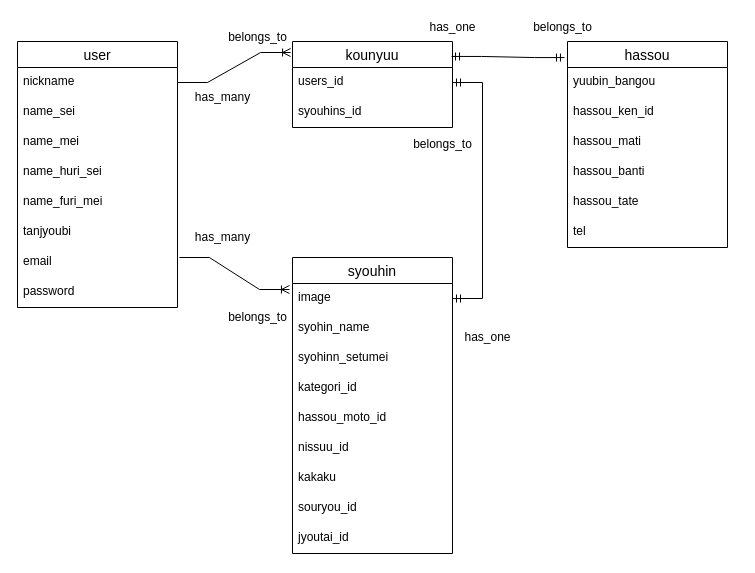
Before: DB-ER.dio in nao-ogawara0445/furima-34540, a draw.io diagram. Source tidied: cells renumbered, new cells numbered last; positions are measured from the earlier drawing's top-left corner, leaving out a move shared by most shapes. Both pictures are drawn from the tidied source at 100%, with x=0, y=0 at pixel (17, 17).
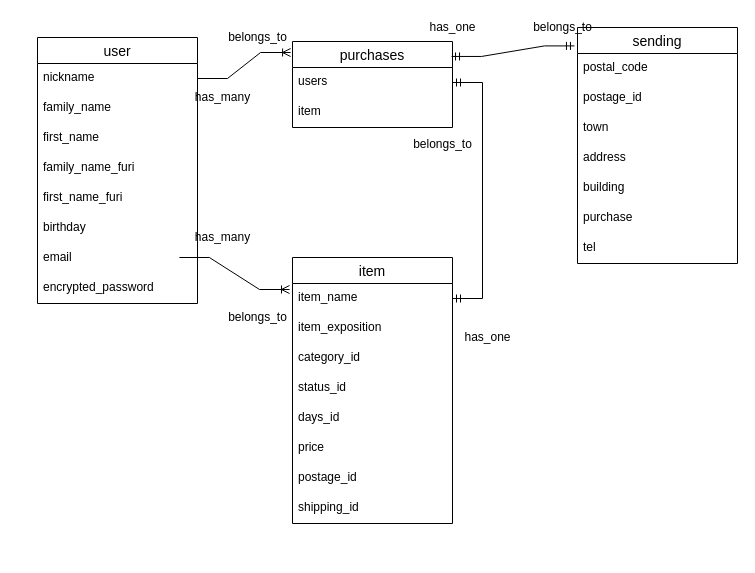
The same page after the edit.

The edit, as a diff of the source:
```diff
@@
     <mxCell id="2" value="user" style="swimlane;fontStyle=0;horizontal=1;startSize=26;align=center;fontSize=14;" parent="1" vertex="1">
-      <mxGeometry y="24" width="160" height="266" as="geometry" />
+      <mxGeometry x="20" y="20" width="160" height="266" as="geometry" />
     </mxCell>
@@
-    <mxCell id="4" value="name_sei" style="text;strokeColor=none;fillColor=none;spacingLeft=4;spacingRight=4;overflow=hidden;fontSize=12;" parent="2" vertex="1">
+    <mxCell id="4" value="family_name" style="text;strokeColor=none;fillColor=none;spacingLeft=4;spacingRight=4;overflow=hidden;fontSize=12;" parent="2" vertex="1">
       <mxGeometry y="56" width="160" height="30" as="geometry" />
     </mxCell>
-    <mxCell id="5" value="name_mei" style="text;strokeColor=none;fillColor=none;spacingLeft=4;spacingRight=4;overflow=hidden;fontSize=12;" parent="2" vertex="1">
+    <mxCell id="5" value="first_name " style="text;strokeColor=none;fillColor=none;spacingLeft=4;spacingRight=4;overflow=hidden;fontSize=12;" parent="2" vertex="1">
       <mxGeometry y="86" width="160" height="30" as="geometry" />
     </mxCell>
-    <mxCell id="6" value="name_huri_sei" style="text;strokeColor=none;fillColor=none;spacingLeft=4;spacingRight=4;overflow=hidden;fontSize=12;" parent="2" vertex="1">
+    <mxCell id="6" value="family_name_furi" style="text;strokeColor=none;fillColor=none;spacingLeft=4;spacingRight=4;overflow=hidden;fontSize=12;" parent="2" vertex="1">
       <mxGeometry y="116" width="160" height="30" as="geometry" />
     </mxCell>
-    <mxCell id="7" value="name_furi_mei" style="text;strokeColor=none;fillColor=none;spacingLeft=4;spacingRight=4;overflow=hidden;fontSize=12;" parent="2" vertex="1">
+    <mxCell id="7" value="first_name_furi " style="text;strokeColor=none;fillColor=none;spacingLeft=4;spacingRight=4;overflow=hidden;fontSize=12;" parent="2" vertex="1">
       <mxGeometry y="146" width="160" height="30" as="geometry" />
     </mxCell>
-    <mxCell id="8" value="tanjyoubi" style="text;strokeColor=none;fillColor=none;spacingLeft=4;spacingRight=4;overflow=hidden;fontSize=12;" parent="2" vertex="1">
+    <mxCell id="8" value="birthday" style="text;strokeColor=none;fillColor=none;spacingLeft=4;spacingRight=4;overflow=hidden;fontSize=12;" parent="2" vertex="1">
       <mxGeometry y="176" width="160" height="30" as="geometry" />
     </mxCell>
@@
-    <mxCell id="10" value="password" style="text;strokeColor=none;fillColor=none;spacingLeft=4;spacingRight=4;overflow=hidden;fontSize=12;" parent="2" vertex="1">
+    <mxCell id="10" value="encrypted_password " style="text;strokeColor=none;fillColor=none;spacingLeft=4;spacingRight=4;overflow=hidden;fontSize=12;" parent="2" vertex="1">
       <mxGeometry y="236" width="160" height="30" as="geometry" />
     </mxCell>
-    <mxCell id="11" value="syouhin" style="swimlane;fontStyle=0;horizontal=1;startSize=26;align=center;fontSize=14;" parent="1" vertex="1">
-      <mxGeometry x="275" y="240" width="160" height="296" as="geometry" />
+    <mxCell id="11" value="item" style="swimlane;fontStyle=0;horizontal=1;startSize=26;align=center;fontSize=14;" parent="1" vertex="1">
+      <mxGeometry x="275" y="240" width="160" height="266" as="geometry" />
     </mxCell>
-    <mxCell id="12" value="image" style="text;strokeColor=none;fillColor=none;spacingLeft=4;spacingRight=4;overflow=hidden;points=[[0,0.5],[1,0.5]];portConstraint=eastwest;fontSize=12;" parent="11" vertex="1">
-      <mxGeometry y="26" width="160" height="30" as="geometry" />
-    </mxCell>
-    <mxCell id="13" value="syohin_name" style="text;strokeColor=none;fillColor=none;spacingLeft=4;spacingRight=4;overflow=hidden;fontSize=12;" parent="11" vertex="1">
-      <mxGeometry y="56" width="160" height="30" as="geometry" />
+    <mxCell id="13" value="item_name" style="text;strokeColor=none;fillColor=none;spacingLeft=4;spacingRight=4;overflow=hidden;fontSize=12;" parent="11" vertex="1">
+      <mxGeometry y="26" width="160" height="30" as="geometry" />
     </mxCell>
-    <mxCell id="14" value="syohinn_setumei" style="text;strokeColor=none;fillColor=none;spacingLeft=4;spacingRight=4;overflow=hidden;fontSize=12;" parent="11" vertex="1">
-      <mxGeometry y="86" width="160" height="30" as="geometry" />
+    <mxCell id="14" value="item_exposition" style="text;strokeColor=none;fillColor=none;spacingLeft=4;spacingRight=4;overflow=hidden;fontSize=12;" parent="11" vertex="1">
+      <mxGeometry y="56" width="160" height="30" as="geometry" />
     </mxCell>
-    <mxCell id="15" value="kategori_id" style="text;strokeColor=none;fillColor=none;spacingLeft=4;spacingRight=4;overflow=hidden;fontSize=12;" parent="11" vertex="1">
-      <mxGeometry y="116" width="160" height="30" as="geometry" />
+    <mxCell id="15" value="category_id" style="text;strokeColor=none;fillColor=none;spacingLeft=4;spacingRight=4;overflow=hidden;fontSize=12;" parent="11" vertex="1">
+      <mxGeometry y="86" width="160" height="30" as="geometry" />
     </mxCell>
-    <mxCell id="16" value="hassou_moto_id" style="text;strokeColor=none;fillColor=none;spacingLeft=4;spacingRight=4;overflow=hidden;fontSize=12;fontStyle=0;" parent="11" vertex="1">
-      <mxGeometry y="146" width="160" height="30" as="geometry" />
+    <mxCell id="16" value="status_id" style="text;strokeColor=none;fillColor=none;spacingLeft=4;spacingRight=4;overflow=hidden;fontSize=12;fontStyle=0;" parent="11" vertex="1">
+      <mxGeometry y="116" width="160" height="30" as="geometry" />
     </mxCell>
-    <mxCell id="17" value="nissuu_id" style="text;strokeColor=none;fillColor=none;spacingLeft=4;spacingRight=4;overflow=hidden;fontSize=12;" parent="11" vertex="1">
-      <mxGeometry y="176" width="160" height="30" as="geometry" />
+    <mxCell id="17" value="days_id" style="text;strokeColor=none;fillColor=none;spacingLeft=4;spacingRight=4;overflow=hidden;fontSize=12;" parent="11" vertex="1">
+      <mxGeometry y="146" width="160" height="30" as="geometry" />
     </mxCell>
-    <mxCell id="18" value="kakaku" style="text;strokeColor=none;fillColor=none;spacingLeft=4;spacingRight=4;overflow=hidden;fontSize=12;" parent="11" vertex="1">
-      <mxGeometry y="206" width="160" height="30" as="geometry" />
+    <mxCell id="18" value="price" style="text;strokeColor=none;fillColor=none;spacingLeft=4;spacingRight=4;overflow=hidden;fontSize=12;" parent="11" vertex="1">
+      <mxGeometry y="176" width="160" height="30" as="geometry" />
     </mxCell>
-    <mxCell id="19" value="souryou_id" style="text;strokeColor=none;fillColor=none;spacingLeft=4;spacingRight=4;overflow=hidden;fontSize=12;" parent="11" vertex="1">
-      <mxGeometry y="236" width="160" height="30" as="geometry" />
+    <mxCell id="19" value="postage_id" style="text;strokeColor=none;fillColor=none;spacingLeft=4;spacingRight=4;overflow=hidden;fontSize=12;" parent="11" vertex="1">
+      <mxGeometry y="206" width="160" height="30" as="geometry" />
     </mxCell>
-    <mxCell id="20" value="jyoutai_id" style="text;strokeColor=none;fillColor=none;spacingLeft=4;spacingRight=4;overflow=hidden;fontSize=12;" parent="11" vertex="1">
-      <mxGeometry y="266" width="160" height="30" as="geometry" />
+    <mxCell id="20" value="shipping_id " style="text;strokeColor=none;fillColor=none;spacingLeft=4;spacingRight=4;overflow=hidden;fontSize=12;" parent="11" vertex="1">
+      <mxGeometry y="236" width="160" height="30" as="geometry" />
     </mxCell>
-    <mxCell id="21" value="kounyuu" style="swimlane;fontStyle=0;horizontal=1;startSize=26;align=center;fontSize=14;" parent="1" vertex="1">
+    <mxCell id="21" value="purchases" style="swimlane;fontStyle=0;horizontal=1;startSize=26;align=center;fontSize=14;" parent="1" vertex="1">
       <mxGeometry x="275" y="24" width="160" height="86" as="geometry" />
     </mxCell>
-    <mxCell id="22" value="users_id" style="text;strokeColor=none;fillColor=none;spacingLeft=4;spacingRight=4;overflow=hidden;points=[[0,0.5],[1,0.5]];portConstraint=eastwest;fontSize=12;" parent="21" vertex="1">
+    <mxCell id="22" value="users" style="text;strokeColor=none;fillColor=none;spacingLeft=4;spacingRight=4;overflow=hidden;points=[[0,0.5],[1,0.5]];portConstraint=eastwest;fontSize=12;" parent="21" vertex="1">
       <mxGeometry y="26" width="160" height="30" as="geometry" />
     </mxCell>
-    <mxCell id="23" value="syouhins_id" style="text;strokeColor=none;fillColor=none;spacingLeft=4;spacingRight=4;overflow=hidden;fontSize=12;" parent="21" vertex="1">
+    <mxCell id="23" value="item" style="text;strokeColor=none;fillColor=none;spacingLeft=4;spacingRight=4;overflow=hidden;fontSize=12;" parent="21" vertex="1">
       <mxGeometry y="56" width="160" height="30" as="geometry" />
     </mxCell>
-    <mxCell id="24" value="hassou" style="swimlane;fontStyle=0;horizontal=1;startSize=26;align=center;fontSize=14;" parent="1" vertex="1">
-      <mxGeometry x="550" y="24" width="160" height="206" as="geometry" />
+    <mxCell id="24" value="sending" style="swimlane;fontStyle=0;horizontal=1;startSize=26;align=center;fontSize=14;" parent="1" vertex="1">
+      <mxGeometry x="560" y="10" width="160" height="236" as="geometry" />
     </mxCell>
-    <mxCell id="25" value="yuubin_bangou" style="text;strokeColor=none;fillColor=none;spacingLeft=4;spacingRight=4;overflow=hidden;fontSize=12;" parent="24" vertex="1">
+    <mxCell id="25" value="postal_code" style="text;strokeColor=none;fillColor=none;spacingLeft=4;spacingRight=4;overflow=hidden;fontSize=12;" parent="24" vertex="1">
       <mxGeometry y="26" width="160" height="30" as="geometry" />
     </mxCell>
-    <mxCell id="26" value="hassou_ken_id" style="text;strokeColor=none;fillColor=none;spacingLeft=4;spacingRight=4;overflow=hidden;fontSize=12;" parent="24" vertex="1">
+    <mxCell id="26" value="postage_id" style="text;strokeColor=none;fillColor=none;spacingLeft=4;spacingRight=4;overflow=hidden;fontSize=12;" parent="24" vertex="1">
       <mxGeometry y="56" width="160" height="30" as="geometry" />
     </mxCell>
-    <mxCell id="27" value="hassou_mati" style="text;strokeColor=none;fillColor=none;spacingLeft=4;spacingRight=4;overflow=hidden;fontSize=12;" parent="24" vertex="1">
+    <mxCell id="27" value="town" style="text;strokeColor=none;fillColor=none;spacingLeft=4;spacingRight=4;overflow=hidden;fontSize=12;" parent="24" vertex="1">
       <mxGeometry y="86" width="160" height="30" as="geometry" />
     </mxCell>
-    <mxCell id="28" value="hassou_banti" style="text;strokeColor=none;fillColor=none;spacingLeft=4;spacingRight=4;overflow=hidden;fontSize=12;" parent="24" vertex="1">
+    <mxCell id="28" value="address" style="text;strokeColor=none;fillColor=none;spacingLeft=4;spacingRight=4;overflow=hidden;fontSize=12;" parent="24" vertex="1">
       <mxGeometry y="116" width="160" height="30" as="geometry" />
     </mxCell>
-    <mxCell id="29" value="hassou_tate" style="text;strokeColor=none;fillColor=none;spacingLeft=4;spacingRight=4;overflow=hidden;fontSize=12;" parent="24" vertex="1">
+    <mxCell id="29" value="building" style="text;strokeColor=none;fillColor=none;spacingLeft=4;spacingRight=4;overflow=hidden;fontSize=12;" parent="24" vertex="1">
       <mxGeometry y="146" width="160" height="30" as="geometry" />
     </mxCell>
+    <mxCell id="43" value="purchase" style="text;strokeColor=none;fillColor=none;spacingLeft=4;spacingRight=4;overflow=hidden;fontSize=12;" parent="24" vertex="1">
+      <mxGeometry y="176" width="160" height="30" as="geometry" />
+    </mxCell>
     <mxCell id="30" value="tel" style="text;strokeColor=none;fillColor=none;spacingLeft=4;spacingRight=4;overflow=hidden;fontSize=12;" parent="24" vertex="1">
-      <mxGeometry y="176" width="160" height="30" as="geometry" />
+      <mxGeometry y="206" width="160" height="30" as="geometry" />
     </mxCell>
@@
-    <mxCell id="39" style="edgeStyle=entityRelationEdgeStyle;fontSize=12;html=1;endArrow=ERoneToMany;rounded=0;entryX=-0.019;entryY=0.2;entryDx=0;entryDy=0;entryPerimeter=0;exitX=1;exitY=0.5;exitDx=0;exitDy=0;" parent="1" edge="1" target="12">
+    <mxCell id="39" style="edgeStyle=entityRelationEdgeStyle;fontSize=12;html=1;endArrow=ERoneToMany;rounded=0;entryX=-0.019;entryY=0.2;entryDx=0;entryDy=0;entryPerimeter=0;exitX=1;exitY=0.5;exitDx=0;exitDy=0;" parent="1" edge="1">
       <mxGeometry relative="1" as="geometry">
         <mxPoint x="161.9" y="240" as="sourcePoint" />
+        <mxPoint x="272" y="272" as="targetPoint" />
       </mxGeometry>
     </mxCell>
-    <mxCell id="40" style="edgeStyle=entityRelationEdgeStyle;fontSize=12;html=1;endArrow=ERmandOne;startArrow=ERmandOne;entryX=1;entryY=0.5;entryDx=0;entryDy=0;exitX=1;exitY=0.5;exitDx=0;exitDy=0;rounded=0;" parent="1" edge="1" source="12" target="22">
-      <mxGeometry relative="1" as="geometry" />
+    <mxCell id="40" style="edgeStyle=entityRelationEdgeStyle;fontSize=12;html=1;endArrow=ERmandOne;startArrow=ERmandOne;entryX=1;entryY=0.5;entryDx=0;entryDy=0;exitX=1;exitY=0.5;exitDx=0;exitDy=0;rounded=0;" parent="1" edge="1" target="22">
+      <mxGeometry relative="1" as="geometry">
+        <mxPoint x="435" y="281" as="sourcePoint" />
+      </mxGeometry>
     </mxCell>
```
